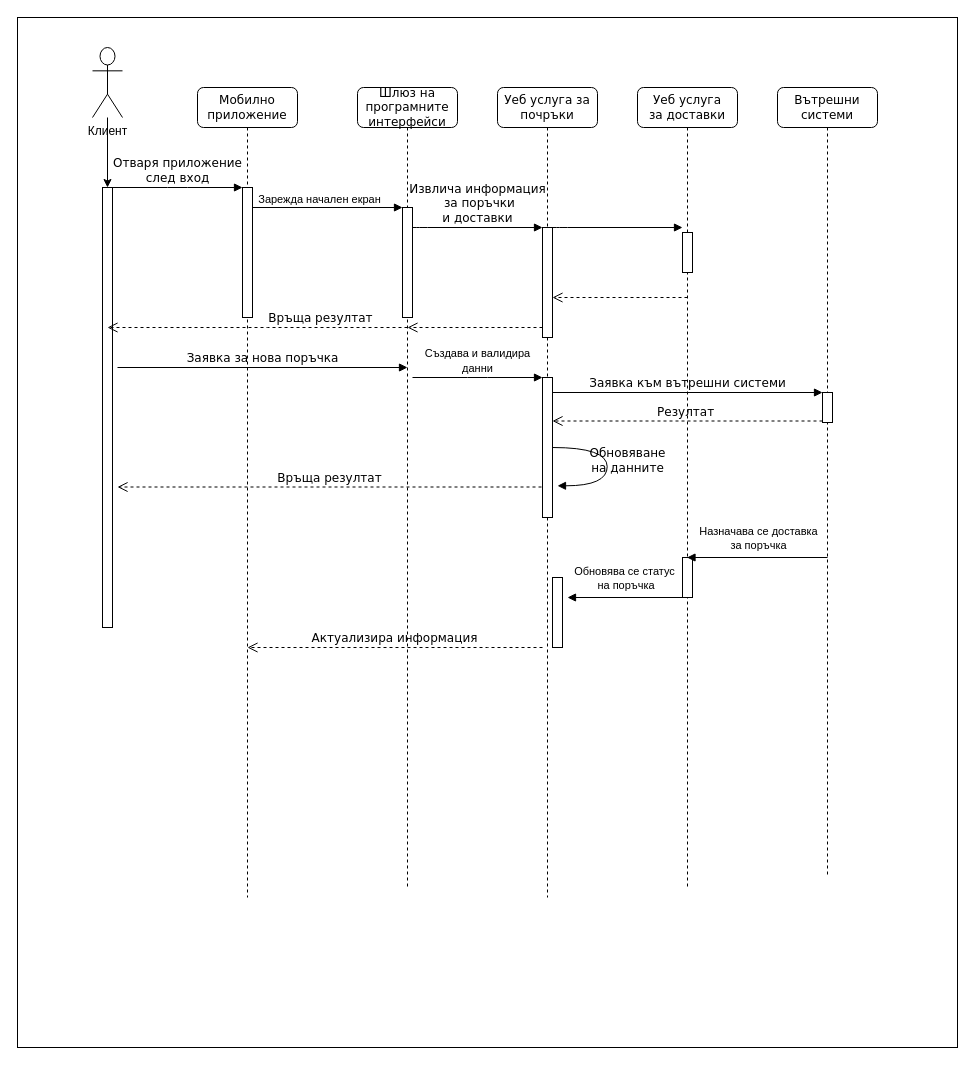
Above: Chapter2/InteractionSequenceDiagram.drawio in profjordanov/phd (draw.io), before the change. Source tidied: cells renumbered, new cells numbered last; positions are measured from the earlier drawing's top-left corner, leaving out a move shared by most shapes. Both pictures are drawn from the tidied source at 100%, with x=0, y=0 at pixel (17, 17).
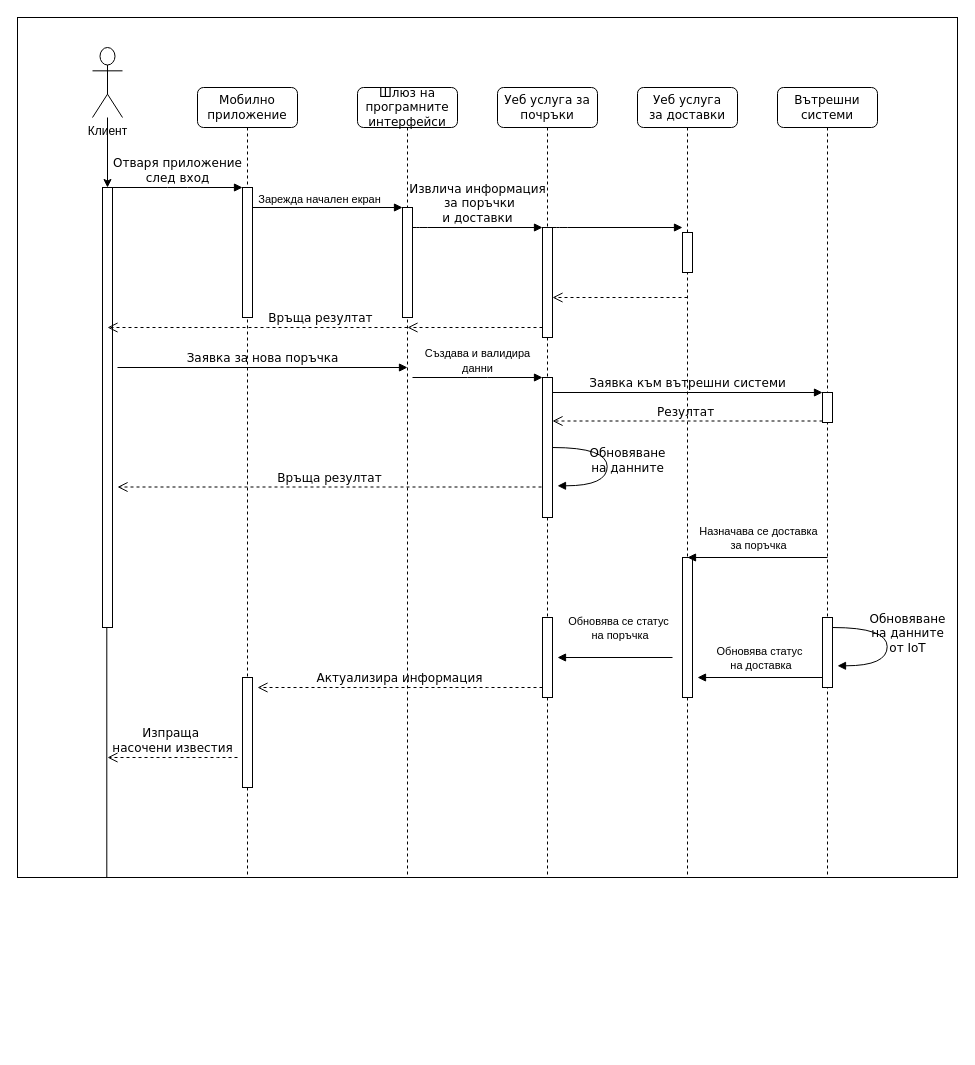
The same page after the edit.

The change refers to these unchanged cells:
```xml
<mxCell id="18" value="Вътрешни системи" style="shape=umlLifeline;perimeter=lifelinePerimeter;whiteSpace=wrap;html=1;rounded=1;shadow=0;comic=0;labelBackgroundColor=none;strokeWidth=1;fontFamily=Verdana;fontSize=12;align=center;" parent="1" vertex="1">
  <mxGeometry x="760" y="70" width="100" height="790" as="geometry" />
</mxCell>
```

The edit, as a diff of the source:
```diff
@@
     <mxCell id="2" style="rounded=0;whiteSpace=wrap;html=1;" parent="1" vertex="1">
-      <mxGeometry width="940" height="1030" as="geometry" />
+      <mxGeometry width="940" height="860" as="geometry" />
     </mxCell>
     <mxCell id="3" value="Мобилно приложение" style="shape=umlLifeline;perimeter=lifelinePerimeter;whiteSpace=wrap;html=1;rounded=1;shadow=0;comic=0;labelBackgroundColor=none;strokeWidth=1;fontFamily=Verdana;fontSize=12;align=center;" parent="1" vertex="1">
-      <mxGeometry x="180" y="70" width="100" height="810" as="geometry" />
+      <mxGeometry x="180" y="70" width="100" height="790" as="geometry" />
     </mxCell>
@@
+    <mxCell id="38" style="html=1;perimeter=orthogonalPerimeter;rounded=0;shadow=0;comic=0;labelBackgroundColor=none;strokeWidth=1;fontFamily=Verdana;fontSize=12;align=center;" parent="3" vertex="1">
+      <mxGeometry x="45" y="590" width="10" height="110" as="geometry" />
+    </mxCell>
     <mxCell id="5" value="Шлюз на програмните интерфейси" style="shape=umlLifeline;perimeter=lifelinePerimeter;whiteSpace=wrap;html=1;rounded=1;shadow=0;comic=0;labelBackgroundColor=none;strokeWidth=1;fontFamily=Verdana;fontSize=12;align=center;" parent="1" vertex="1">
-      <mxGeometry x="340" y="70" width="100" height="800" as="geometry" />
+      <mxGeometry x="340" y="70" width="100" height="790" as="geometry" />
     </mxCell>
@@
     <mxCell id="9" value="Уеб услуга за почръки" style="shape=umlLifeline;perimeter=lifelinePerimeter;whiteSpace=wrap;html=1;rounded=1;shadow=0;comic=0;labelBackgroundColor=none;strokeWidth=1;fontFamily=Verdana;fontSize=12;align=center;" parent="1" vertex="1">
-      <mxGeometry x="480" y="70" width="100" height="810" as="geometry" />
+      <mxGeometry x="480" y="70" width="100" height="790" as="geometry" />
     </mxCell>
     <mxCell id="10" style="html=1;perimeter=orthogonalPerimeter;rounded=0;shadow=0;comic=0;labelBackgroundColor=none;strokeWidth=1;fontFamily=Verdana;fontSize=12;align=center;" parent="9" vertex="1">
-      <mxGeometry x="55" y="490" width="10" height="70" as="geometry" />
+      <mxGeometry x="45" y="530" width="10" height="80" as="geometry" />
     </mxCell>
@@
-    <mxCell id="13" style="html=1;verticalAlign=bottom;endArrow=block;labelBackgroundColor=none;fontFamily=Verdana;fontSize=12;edgeStyle=elbowEdgeStyle;elbow=horizontal;" parent="9" edge="1">
-      <mxGeometry relative="1" as="geometry">
-        <mxPoint x="185" y="510" as="sourcePoint" />
-        <mxPoint x="70" y="510" as="targetPoint" />
-        <Array as="points">
-          <mxPoint x="185" y="510" />
-        </Array>
-      </mxGeometry>
-    </mxCell>
-    <mxCell id="14" value="Обновява се статус&lt;div&gt;&amp;nbsp;на поръчка&lt;/div&gt;" style="edgeLabel;html=1;align=center;verticalAlign=middle;" parent="13" vertex="1">
-      <mxGeometry x="-0.16" y="-1" relative="1" as="geometry">
-        <mxPoint x="-11" y="-19" as="offset" />
-      </mxGeometry>
-    </mxCell>
     <mxCell id="15" value="Уеб услуга&lt;div&gt;за&amp;nbsp;доставки&lt;/div&gt;" style="shape=umlLifeline;perimeter=lifelinePerimeter;whiteSpace=wrap;html=1;outlineConnect=0;rounded=1;shadow=0;comic=0;labelBackgroundColor=none;strokeWidth=1;fontFamily=Verdana;fontSize=12;align=center;" parent="1" vertex="1">
-      <mxGeometry x="620" y="70" width="100" height="800" as="geometry" />
+      <mxGeometry x="620" y="70" width="100" height="790" as="geometry" />
     </mxCell>
@@
     <mxCell id="17" style="html=1;perimeter=orthogonalPerimeter;rounded=0;shadow=0;comic=0;labelBackgroundColor=none;strokeWidth=1;fontFamily=Verdana;fontSize=12;align=center;" parent="15" vertex="1">
-      <mxGeometry x="45" y="470" width="10" height="40" as="geometry" />
+      <mxGeometry x="45" y="470" width="10" height="140" as="geometry" />
     </mxCell>
+    <mxCell id="39" style="html=1;verticalAlign=bottom;endArrow=block;labelBackgroundColor=none;fontFamily=Verdana;fontSize=12;edgeStyle=elbowEdgeStyle;elbow=horizontal;" parent="15" edge="1">
+      <mxGeometry relative="1" as="geometry">
+        <mxPoint x="185" y="590" as="sourcePoint" />
+        <mxPoint x="60" y="590" as="targetPoint" />
+        <Array as="points">
+          <mxPoint x="185" y="590" />
+        </Array>
+      </mxGeometry>
+    </mxCell>
+    <mxCell id="40" value="Обновява статус&lt;div&gt;&amp;nbsp;на доставка&lt;/div&gt;" style="edgeLabel;html=1;align=center;verticalAlign=middle;" parent="39" vertex="1">
+      <mxGeometry x="-0.16" y="-1" relative="1" as="geometry">
+        <mxPoint x="-11" y="-19" as="offset" />
+      </mxGeometry>
+    </mxCell>
@@
+    <mxCell id="41" style="html=1;perimeter=orthogonalPerimeter;rounded=0;shadow=0;comic=0;labelBackgroundColor=none;strokeWidth=1;fontFamily=Verdana;fontSize=12;align=center;" parent="18" vertex="1">
+      <mxGeometry x="45" y="530" width="10" height="70" as="geometry" />
+    </mxCell>
+    <mxCell id="42" value="Обновяване &lt;br&gt;на данните&lt;div&gt;от IoT&lt;/div&gt;" style="html=1;verticalAlign=bottom;endArrow=block;labelBackgroundColor=none;fontFamily=Verdana;fontSize=12;elbow=vertical;edgeStyle=orthogonalEdgeStyle;curved=1;entryX=1;entryY=0.286;entryPerimeter=0;exitX=1.038;exitY=0.345;exitPerimeter=0;" parent="18" edge="1">
+      <mxGeometry x="0.19" y="20" relative="1" as="geometry">
+        <mxPoint x="55" y="540" as="sourcePoint" />
+        <mxPoint x="60" y="578.3" as="targetPoint" />
+        <Array as="points">
+          <mxPoint x="109.7" y="540" />
+          <mxPoint x="109.7" y="578" />
+        </Array>
+      </mxGeometry>
+    </mxCell>
@@
-    <mxCell id="35" style="html=1;verticalAlign=bottom;endArrow=block;labelBackgroundColor=none;fontFamily=Verdana;fontSize=12;edgeStyle=elbowEdgeStyle;elbow=horizontal;" parent="1" edge="1" target="15">
+    <mxCell id="35" style="html=1;verticalAlign=bottom;endArrow=block;labelBackgroundColor=none;fontFamily=Verdana;fontSize=12;edgeStyle=elbowEdgeStyle;elbow=horizontal;" parent="1" edge="1">
       <mxGeometry relative="1" as="geometry">
         <mxPoint x="810" y="540" as="sourcePoint" />
+        <mxPoint x="670" y="540" as="targetPoint" />
         <Array as="points">
           <mxPoint x="810" y="540" />
         </Array>
       </mxGeometry>
     </mxCell>
@@
     <mxCell id="37" value="Актуализира информация" style="html=1;verticalAlign=bottom;endArrow=open;dashed=1;endSize=8;labelBackgroundColor=none;fontFamily=Verdana;fontSize=12;edgeStyle=elbowEdgeStyle;elbow=vertical;" parent="1" edge="1">
       <mxGeometry relative="1" as="geometry">
-        <mxPoint x="525" y="630" as="sourcePoint" />
-        <mxPoint x="230" y="630" as="targetPoint" />
+        <mxPoint x="525" y="670" as="sourcePoint" />
+        <mxPoint x="240" y="670" as="targetPoint" />
         <Array as="points">
-          <mxPoint x="480" y="630" />
+          <mxPoint x="480" y="670" />
         </Array>
       </mxGeometry>
     </mxCell>
+    <mxCell id="43" style="endArrow=none;html=1;rounded=0;exitX=0.095;exitY=1;exitDx=0;exitDy=0;exitPerimeter=0;entryX=0.095;entryY=0.709;entryDx=0;entryDy=0;entryPerimeter=0;" parent="1" edge="1" source="2" target="2">
+      <mxGeometry relative="1" as="geometry" />
+    </mxCell>
+    <mxCell id="13" style="html=1;verticalAlign=bottom;endArrow=block;labelBackgroundColor=none;fontFamily=Verdana;fontSize=12;edgeStyle=elbowEdgeStyle;elbow=horizontal;" parent="1" edge="1">
+      <mxGeometry relative="1" as="geometry">
+        <mxPoint x="655" y="640" as="sourcePoint" />
+        <mxPoint x="540" y="640" as="targetPoint" />
+        <Array as="points">
+          <mxPoint x="655" y="640" />
+        </Array>
+      </mxGeometry>
+    </mxCell>
+    <mxCell id="14" value="Обновява се статус&lt;div&gt;&amp;nbsp;на поръчка&lt;/div&gt;" style="edgeLabel;html=1;align=center;verticalAlign=middle;" parent="13" vertex="1">
+      <mxGeometry x="-0.16" y="-1" relative="1" as="geometry">
+        <mxPoint x="-7" y="-29" as="offset" />
+      </mxGeometry>
+    </mxCell>
+    <mxCell id="44" value="Изпраща&amp;nbsp;&lt;div&gt;насочени известия&lt;br&gt;&lt;/div&gt;" style="html=1;verticalAlign=bottom;endArrow=open;dashed=1;endSize=8;labelBackgroundColor=none;fontFamily=Verdana;fontSize=12;edgeStyle=elbowEdgeStyle;elbow=vertical;" parent="1" edge="1">
+      <mxGeometry relative="1" as="geometry">
+        <mxPoint x="220" y="740" as="sourcePoint" />
+        <mxPoint x="90" y="740" as="targetPoint" />
+        <Array as="points">
+          <mxPoint x="190" y="740" />
+        </Array>
+      </mxGeometry>
+    </mxCell>
```
